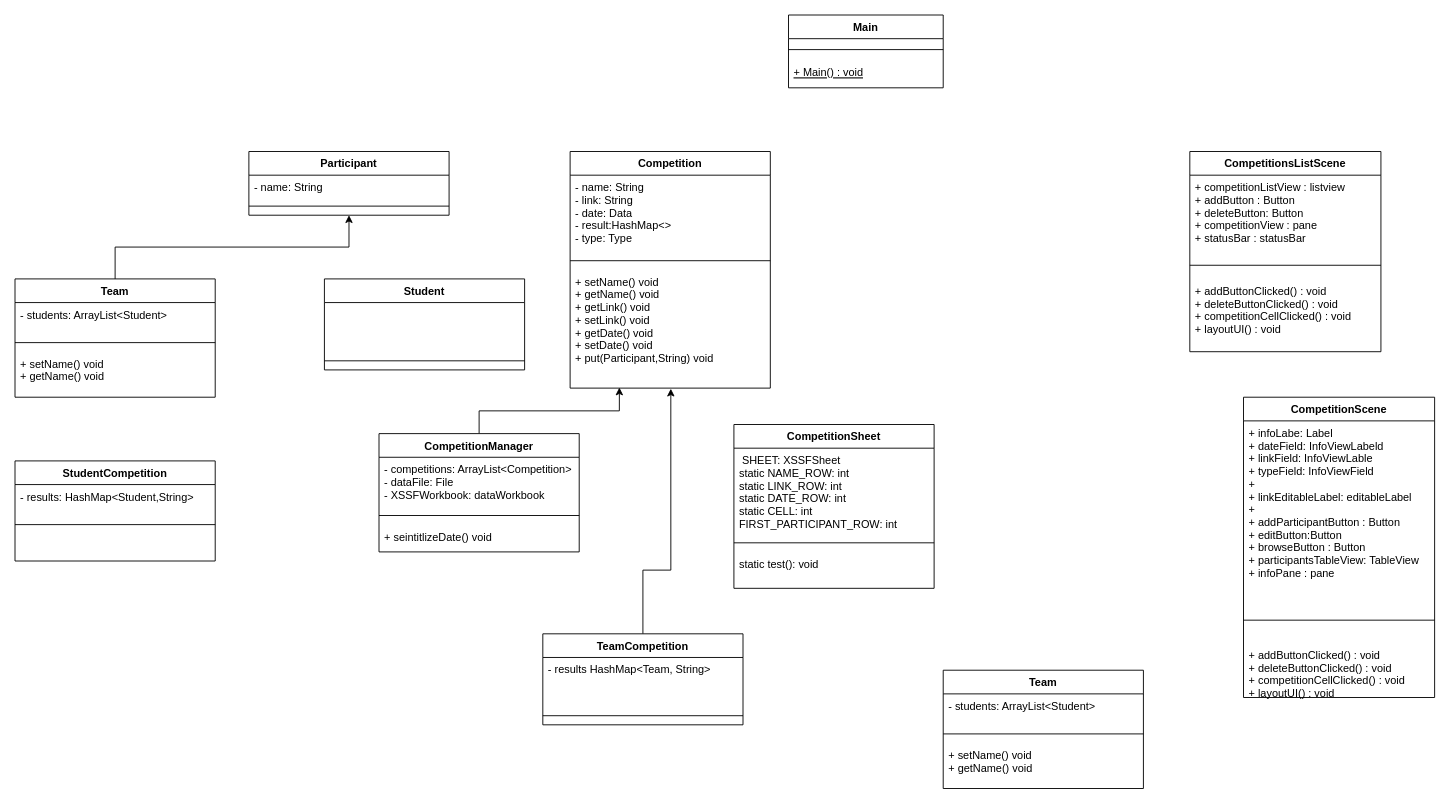
The draw.io diagram docs/phase2/class-diagram.drawio in AbdullahAXR/Competition-tracker, before the edit. Source tidied: cells renumbered, new cells numbered last; positions are measured from the earlier drawing's top-left corner, leaving out a move shared by most shapes. Both pictures are drawn from the tidied source at 91%, with x=0, y=0 at pixel (15, 15).
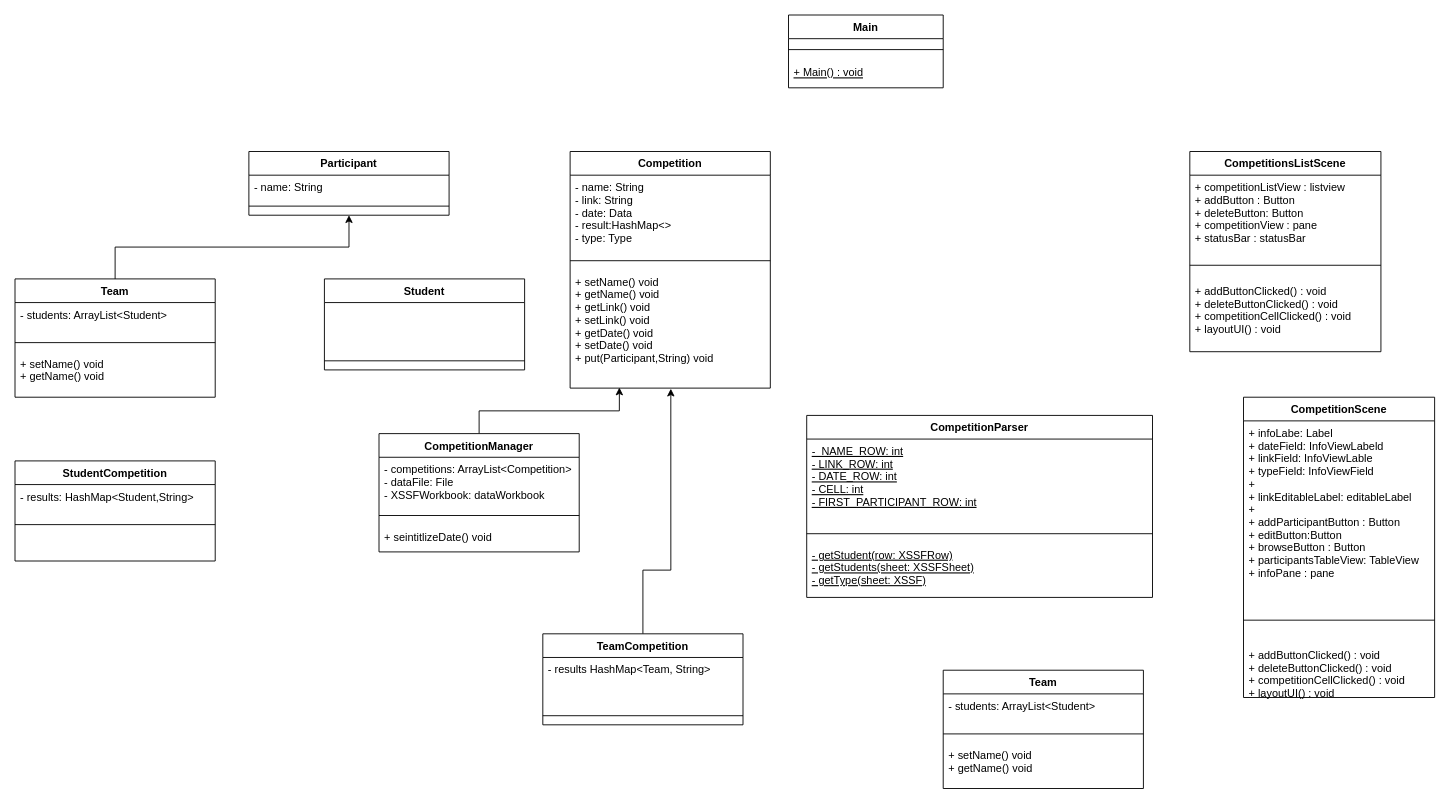
The same page after the edit.

Commit message:
docs: updated CompetitionParder (known as CompetitionSheet previously)

The edit, as a diff of the source:
```diff
@@
-    <mxCell id="41" value="CompetitionSheet" style="swimlane;fontStyle=1;align=center;verticalAlign=top;horizontal=1;startSize=26;" parent="1" vertex="1">
-      <mxGeometry x="790" y="450" width="220" height="180" as="geometry" />
+    <mxCell id="41" value="CompetitionParser" style="swimlane;fontStyle=1;align=center;verticalAlign=top;horizontal=1;startSize=26;" parent="1" vertex="1">
+      <mxGeometry x="870" y="440" width="380" height="200" as="geometry" />
     </mxCell>
-    <mxCell id="42" value=" SHEET: XSSFSheet&#10;static NAME_ROW: int&#10;static LINK_ROW: int&#10;static DATE_ROW: int&#10;static CELL: int&#10;FIRST_PARTICIPANT_ROW: int&#10;" style="text;strokeColor=none;fillColor=none;align=left;verticalAlign=top;spacingLeft=4;spacingRight=4;overflow=hidden;fontStyle=0;" parent="41" vertex="1">
-      <mxGeometry y="26" width="220" height="94" as="geometry" />
+    <mxCell id="42" value="-  NAME_ROW: int&#10;-  LINK_ROW: int&#10;-  DATE_ROW: int&#10;-  CELL: int&#10;- FIRST_PARTICIPANT_ROW: int&#10;" style="text;strokeColor=none;fillColor=none;align=left;verticalAlign=top;spacingLeft=4;spacingRight=4;overflow=hidden;fontStyle=4;" parent="41" vertex="1">
+      <mxGeometry y="26" width="380" height="94" as="geometry" />
     </mxCell>
     <mxCell id="43" style="line;strokeWidth=1;fillColor=none;align=left;verticalAlign=middle;spacingTop=-1;spacingLeft=3;spacingRight=3;labelPosition=right;" parent="41" vertex="1">
-      <mxGeometry y="120" width="220" height="20" as="geometry" />
+      <mxGeometry y="120" width="380" height="20" as="geometry" />
     </mxCell>
-    <mxCell id="44" value="static test(): void&#10;" style="text;strokeColor=none;fillColor=none;align=left;verticalAlign=top;spacingLeft=4;spacingRight=4;overflow=hidden;" parent="41" vertex="1">
-      <mxGeometry y="140" width="220" height="40" as="geometry" />
+    <mxCell id="44" value="- getStudent(row: XSSFRow)&#10;- getStudents(sheet: XSSFSheet)&#10;- getType(sheet: XSSF)&#10;&#10;" style="text;strokeColor=none;fillColor=none;align=left;verticalAlign=top;spacingLeft=4;spacingRight=4;overflow=hidden;fontStyle=4;" parent="41" vertex="1">
+      <mxGeometry y="140" width="380" height="60" as="geometry" />
     </mxCell>
```
